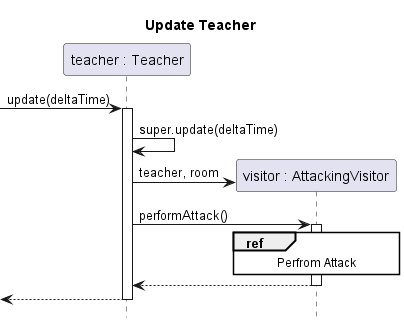
This is docs/img/diagrams/sequence/teacher-update.png from sn4k3ch4rm3r/logarlec, a PlantUML export, as it was before one commit. Source of this version:
```plantuml
@startuml teacher-update
title Update Teacher
hide footbox
skinparam SequenceReferenceBackgroundColor white

participant "teacher : Teacher" as teacher

[-> teacher ++: update(deltaTime)
	teacher -> teacher : super.update(deltaTime)
	create "visitor : AttackingVisitor" as visitor
	teacher -> visitor : teacher, room
	teacher -> visitor ++: performAttack()
	ref over visitor : Perfrom Attack
	return
return

@enduml
```
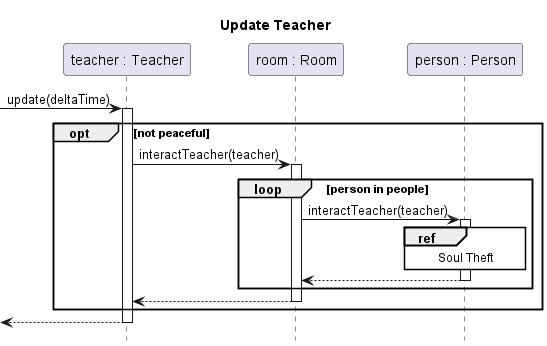
The same file after the commit.

Change to the diagram source:
```diff
@@ -4,14 +4,19 @@
 skinparam SequenceReferenceBackgroundColor white
 
 participant "teacher : Teacher" as teacher
+participant "room : Room" as room
+participant "person : Person" as person
 
 [-> teacher ++: update(deltaTime)
-	teacher -> teacher : super.update(deltaTime)
-	create "visitor : AttackingVisitor" as visitor
-	teacher -> visitor : teacher, room
-	teacher -> visitor ++: performAttack()
-	ref over visitor : Perfrom Attack
-	return
+	opt not peaceful
+		teacher -> room ++: interactTeacher(teacher)
+			loop person in people
+				room -> person ++: interactTeacher(teacher)
+					ref over person: Soul Theft
+				return
+			end
+		return
+	end
 return
 
 @enduml
```
